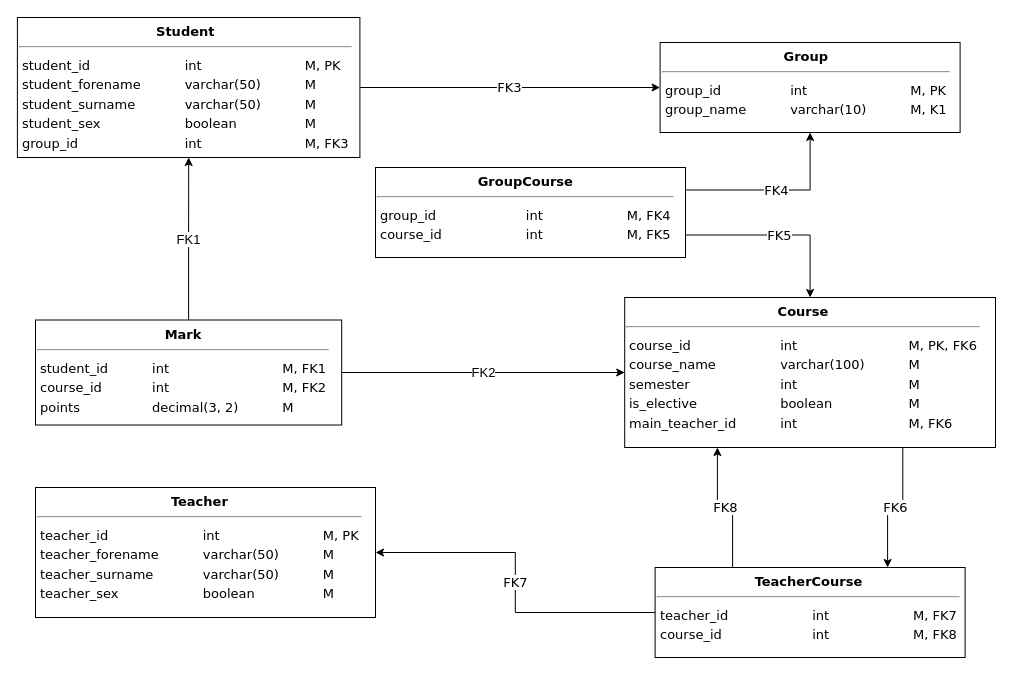
cannor147/itmo-db keeps this draw.io diagram as hw02/src/physical-scheme.drawio. Above is the earlier version. Source tidied: cells renumbered, new cells numbered last; positions are measured from the earlier drawing's top-left corner, leaving out a move shared by most shapes. Both pictures are drawn from the tidied source at 100%, with x=0, y=0 at pixel (17, 17).
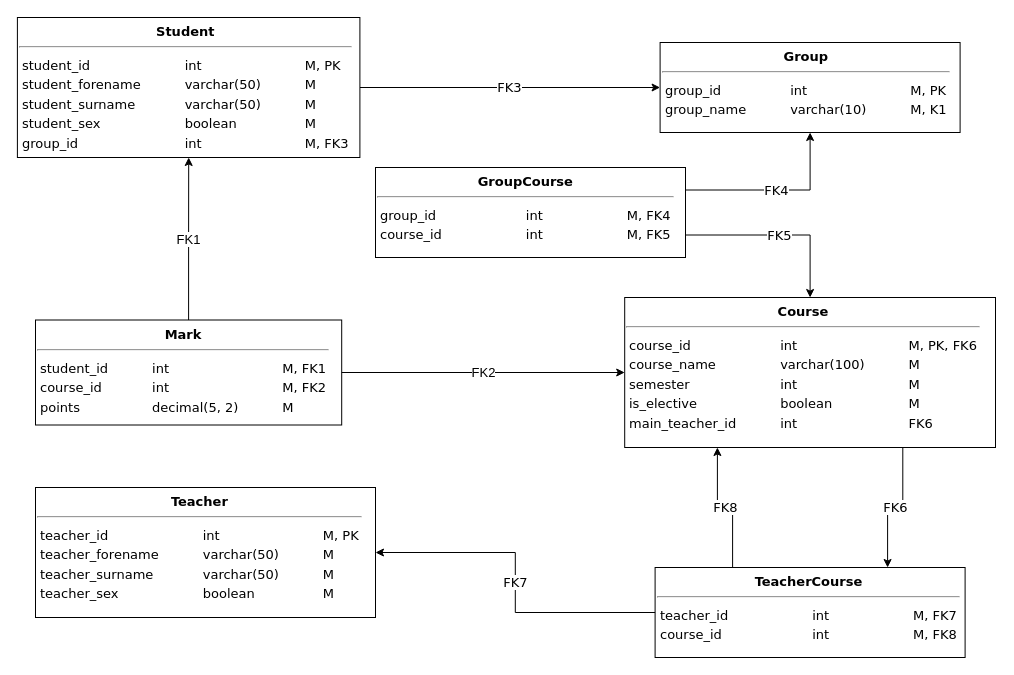
The same diagram, later.

Commit message:
Changed point type from decimal(3, 2) -> decimal(5, 2)

What changed in the source:
```diff
@@
 <mxGraphModel>
   <root>
     <mxCell id="0" />
     <mxCell id="1" parent="0" />
     <mxCell id="2" value="FK3" style="edgeStyle=orthogonalEdgeStyle;rounded=0;jettySize=auto;html=1;fontFamily=Verdana;fontSize=13;endArrow=classic;endFill=1;startArrow=none;startFill=0;" parent="1" edge="1" source="3" target="4">
       <mxGeometry relative="1" as="geometry" />
     </mxCell>
     <mxCell id="3" value="&lt;div style=&quot;text-align: center ; font-size: 13px&quot;&gt;&lt;b style=&quot;font-size: 13px&quot;&gt;Student&lt;/b&gt;&lt;/div&gt;&lt;hr style=&quot;font-size: 13px&quot;&gt;&lt;table style=&quot;font-size: 13px&quot;&gt;&lt;tbody style=&quot;font-size: 13px&quot;&gt;&lt;tr style=&quot;font-size: 13px&quot;&gt;&lt;td style=&quot;font-size: 13px&quot;&gt;student_id&lt;/td&gt;&lt;td style=&quot;font-size: 13px&quot;&gt;&lt;blockquote style=&quot;margin: 0px 0px 0px 40px ; border: none ; padding: 0px ; font-size: 13px&quot;&gt;int&lt;/blockquote&gt;&lt;/td&gt;&lt;td style=&quot;font-size: 13px&quot;&gt;&lt;blockquote style=&quot;margin: 0px 0px 0px 40px ; border: none ; padding: 0px ; font-size: 13px&quot;&gt;M, PK&lt;/blockquote&gt;&lt;/td&gt;&lt;/tr&gt;&lt;tr style=&quot;font-size: 13px&quot;&gt;&lt;td style=&quot;font-size: 13px&quot;&gt;student_forename&lt;/td&gt;&lt;td style=&quot;font-size: 13px&quot;&gt;&lt;blockquote style=&quot;margin: 0px 0px 0px 40px ; border: none ; padding: 0px ; font-size: 13px&quot;&gt;varchar(50)&lt;/blockquote&gt;&lt;/td&gt;&lt;td style=&quot;font-size: 13px&quot;&gt;&lt;blockquote style=&quot;margin: 0px 0px 0px 40px ; border: none ; padding: 0px ; font-size: 13px&quot;&gt;M&lt;/blockquote&gt;&lt;/td&gt;&lt;/tr&gt;&lt;tr style=&quot;font-size: 13px&quot;&gt;&lt;td style=&quot;font-size: 13px&quot;&gt;student_surname&lt;/td&gt;&lt;td style=&quot;font-size: 13px&quot;&gt;&lt;blockquote style=&quot;margin: 0px 0px 0px 40px ; border: none ; padding: 0px ; font-size: 13px&quot;&gt;varchar(50)&lt;/blockquote&gt;&lt;/td&gt;&lt;td style=&quot;font-size: 13px&quot;&gt;&lt;blockquote style=&quot;margin: 0px 0px 0px 40px ; border: none ; padding: 0px ; font-size: 13px&quot;&gt;M&lt;/blockquote&gt;&lt;/td&gt;&lt;/tr&gt;&lt;tr style=&quot;font-size: 13px&quot;&gt;&lt;td style=&quot;font-size: 13px&quot;&gt;student_sex&lt;/td&gt;&lt;td style=&quot;font-size: 13px&quot;&gt;&lt;blockquote style=&quot;margin: 0px 0px 0px 40px ; border: none ; padding: 0px ; font-size: 13px&quot;&gt;boolean&lt;/blockquote&gt;&lt;/td&gt;&lt;td style=&quot;font-size: 13px&quot;&gt;&lt;blockquote style=&quot;margin: 0px 0px 0px 40px ; border: none ; padding: 0px ; font-size: 13px&quot;&gt;M&lt;/blockquote&gt;&lt;/td&gt;&lt;/tr&gt;&lt;tr&gt;&lt;td&gt;group_id&lt;/td&gt;&lt;td&gt;&lt;blockquote style=&quot;margin: 0 0 0 40px ; border: none ; padding: 0px&quot;&gt;int&lt;/blockquote&gt;&lt;/td&gt;&lt;td&gt;&lt;blockquote style=&quot;margin: 0 0 0 40px ; border: none ; padding: 0px&quot;&gt;M, FK3&lt;/blockquote&gt;&lt;/td&gt;&lt;/tr&gt;&lt;/tbody&gt;&lt;/table&gt;" style="rounded=0;whiteSpace=wrap;html=1;labelBackgroundColor=none;fontFamily=Verdana;fontSize=13;align=left;verticalAlign=top;" parent="1" vertex="1">
       <mxGeometry x="-0.1" width="342.5" height="140" as="geometry" />
     </mxCell>
     <mxCell id="4" value="&lt;div style=&quot;text-align: center ; font-size: 13px&quot;&gt;&lt;b style=&quot;font-size: 13px&quot;&gt;Group&lt;/b&gt;&lt;/div&gt;&lt;hr style=&quot;font-size: 13px&quot;&gt;&lt;table style=&quot;font-size: 13px&quot;&gt;&lt;tbody style=&quot;font-size: 13px&quot;&gt;&lt;tr style=&quot;font-size: 13px&quot;&gt;&lt;td style=&quot;font-size: 13px&quot;&gt;group_id&lt;/td&gt;&lt;td style=&quot;font-size: 13px&quot;&gt;&lt;blockquote style=&quot;margin: 0px 0px 0px 40px ; border: none ; padding: 0px ; font-size: 13px&quot;&gt;int&lt;/blockquote&gt;&lt;/td&gt;&lt;td style=&quot;font-size: 13px&quot;&gt;&lt;blockquote style=&quot;margin: 0px 0px 0px 40px ; border: none ; padding: 0px ; font-size: 13px&quot;&gt;M, PK&lt;/blockquote&gt;&lt;/td&gt;&lt;/tr&gt;&lt;tr style=&quot;font-size: 13px&quot;&gt;&lt;td style=&quot;font-size: 13px&quot;&gt;group_name&lt;/td&gt;&lt;td style=&quot;font-size: 13px&quot;&gt;&lt;blockquote style=&quot;margin: 0px 0px 0px 40px ; border: none ; padding: 0px ; font-size: 13px&quot;&gt;varchar(10)&lt;/blockquote&gt;&lt;/td&gt;&lt;td style=&quot;font-size: 13px&quot;&gt;&lt;blockquote style=&quot;margin: 0px 0px 0px 40px ; border: none ; padding: 0px ; font-size: 13px&quot;&gt;M, K1&lt;/blockquote&gt;&lt;/td&gt;&lt;/tr&gt;&lt;/tbody&gt;&lt;/table&gt;" style="rounded=0;whiteSpace=wrap;html=1;labelBackgroundColor=none;fontFamily=Verdana;fontSize=13;align=left;verticalAlign=top;" parent="1" vertex="1">
       <mxGeometry x="642.6" y="25" width="300" height="90" as="geometry" />
     </mxCell>
     <mxCell id="5" value="&lt;div style=&quot;text-align: center ; font-size: 13px&quot;&gt;&lt;b style=&quot;font-size: 13px&quot;&gt;Teacher&lt;/b&gt;&lt;/div&gt;&lt;hr style=&quot;font-size: 13px&quot;&gt;&lt;table style=&quot;font-size: 13px&quot;&gt;&lt;tbody style=&quot;font-size: 13px&quot;&gt;&lt;tr style=&quot;font-size: 13px&quot;&gt;&lt;td style=&quot;font-size: 13px&quot;&gt;teacher_id&lt;/td&gt;&lt;td style=&quot;font-size: 13px&quot;&gt;&lt;blockquote style=&quot;margin: 0px 0px 0px 40px ; border: none ; padding: 0px ; font-size: 13px&quot;&gt;int&lt;/blockquote&gt;&lt;/td&gt;&lt;td style=&quot;font-size: 13px&quot;&gt;&lt;blockquote style=&quot;margin: 0px 0px 0px 40px ; border: none ; padding: 0px ; font-size: 13px&quot;&gt;M, PK&lt;/blockquote&gt;&lt;/td&gt;&lt;/tr&gt;&lt;tr style=&quot;font-size: 13px&quot;&gt;&lt;td style=&quot;font-size: 13px&quot;&gt;teacher_forename&lt;/td&gt;&lt;td style=&quot;font-size: 13px&quot;&gt;&lt;blockquote style=&quot;margin: 0px 0px 0px 40px ; border: none ; padding: 0px ; font-size: 13px&quot;&gt;varchar(50)&lt;/blockquote&gt;&lt;/td&gt;&lt;td style=&quot;font-size: 13px&quot;&gt;&lt;blockquote style=&quot;margin: 0px 0px 0px 40px ; border: none ; padding: 0px ; font-size: 13px&quot;&gt;M&lt;/blockquote&gt;&lt;/td&gt;&lt;/tr&gt;&lt;tr style=&quot;font-size: 13px&quot;&gt;&lt;td style=&quot;font-size: 13px&quot;&gt;teacher_surname&lt;/td&gt;&lt;td style=&quot;font-size: 13px&quot;&gt;&lt;blockquote style=&quot;margin: 0px 0px 0px 40px ; border: none ; padding: 0px ; font-size: 13px&quot;&gt;varchar(50)&lt;/blockquote&gt;&lt;/td&gt;&lt;td style=&quot;font-size: 13px&quot;&gt;&lt;blockquote style=&quot;margin: 0px 0px 0px 40px ; border: none ; padding: 0px ; font-size: 13px&quot;&gt;M&lt;/blockquote&gt;&lt;/td&gt;&lt;/tr&gt;&lt;tr style=&quot;font-size: 13px&quot;&gt;&lt;td style=&quot;font-size: 13px&quot;&gt;teacher_sex&lt;/td&gt;&lt;td style=&quot;font-size: 13px&quot;&gt;&lt;blockquote style=&quot;margin: 0px 0px 0px 40px ; border: none ; padding: 0px ; font-size: 13px&quot;&gt;boolean&lt;/blockquote&gt;&lt;/td&gt;&lt;td style=&quot;font-size: 13px&quot;&gt;&lt;blockquote style=&quot;margin: 0px 0px 0px 40px ; border: none ; padding: 0px ; font-size: 13px&quot;&gt;M&lt;/blockquote&gt;&lt;/td&gt;&lt;/tr&gt;&lt;/tbody&gt;&lt;/table&gt;" style="rounded=0;whiteSpace=wrap;html=1;labelBackgroundColor=none;fontFamily=Verdana;fontSize=13;align=left;verticalAlign=top;" parent="1" vertex="1">
       <mxGeometry x="18" y="470" width="340" height="130" as="geometry" />
     </mxCell>
-    <mxCell id="6" value="&lt;div style=&quot;text-align: center ; font-size: 13px&quot;&gt;&lt;b style=&quot;font-size: 13px&quot;&gt;Course&lt;/b&gt;&lt;/div&gt;&lt;hr style=&quot;font-size: 13px&quot;&gt;&lt;table style=&quot;font-size: 13px&quot;&gt;&lt;tbody style=&quot;font-size: 13px&quot;&gt;&lt;tr style=&quot;font-size: 13px&quot;&gt;&lt;td style=&quot;font-size: 13px&quot;&gt;course_id&lt;/td&gt;&lt;td style=&quot;font-size: 13px&quot;&gt;&lt;blockquote style=&quot;margin: 0px 0px 0px 40px ; border: none ; padding: 0px ; font-size: 13px&quot;&gt;int&lt;/blockquote&gt;&lt;/td&gt;&lt;td style=&quot;font-size: 13px&quot;&gt;&lt;blockquote style=&quot;margin: 0px 0px 0px 40px ; border: none ; padding: 0px ; font-size: 13px&quot;&gt;M, PK, FK6&lt;/blockquote&gt;&lt;/td&gt;&lt;/tr&gt;&lt;tr style=&quot;font-size: 13px&quot;&gt;&lt;td style=&quot;font-size: 13px&quot;&gt;course_name&lt;/td&gt;&lt;td style=&quot;font-size: 13px&quot;&gt;&lt;blockquote style=&quot;margin: 0px 0px 0px 40px ; border: none ; padding: 0px ; font-size: 13px&quot;&gt;varchar(100)&lt;/blockquote&gt;&lt;/td&gt;&lt;td style=&quot;font-size: 13px&quot;&gt;&lt;blockquote style=&quot;margin: 0px 0px 0px 40px ; border: none ; padding: 0px ; font-size: 13px&quot;&gt;M&lt;/blockquote&gt;&lt;/td&gt;&lt;/tr&gt;&lt;tr style=&quot;font-size: 13px&quot;&gt;&lt;td style=&quot;font-size: 13px&quot;&gt;semester&lt;/td&gt;&lt;td style=&quot;font-size: 13px&quot;&gt;&lt;blockquote style=&quot;margin: 0px 0px 0px 40px ; border: none ; padding: 0px ; font-size: 13px&quot;&gt;int&lt;/blockquote&gt;&lt;/td&gt;&lt;td style=&quot;font-size: 13px&quot;&gt;&lt;blockquote style=&quot;margin: 0px 0px 0px 40px ; border: none ; padding: 0px ; font-size: 13px&quot;&gt;M&lt;/blockquote&gt;&lt;/td&gt;&lt;/tr&gt;&lt;tr style=&quot;font-size: 13px&quot;&gt;&lt;td style=&quot;font-size: 13px&quot;&gt;is_elective&lt;/td&gt;&lt;td style=&quot;font-size: 13px&quot;&gt;&lt;blockquote style=&quot;margin: 0px 0px 0px 40px ; border: none ; padding: 0px ; font-size: 13px&quot;&gt;boolean&lt;/blockquote&gt;&lt;/td&gt;&lt;td style=&quot;font-size: 13px&quot;&gt;&lt;blockquote style=&quot;margin: 0px 0px 0px 40px ; border: none ; padding: 0px ; font-size: 13px&quot;&gt;M&lt;/blockquote&gt;&lt;/td&gt;&lt;/tr&gt;&lt;tr&gt;&lt;td&gt;main_teacher_id&lt;/td&gt;&lt;td&gt;&lt;blockquote style=&quot;margin: 0 0 0 40px ; border: none ; padding: 0px&quot;&gt;int&lt;/blockquote&gt;&lt;/td&gt;&lt;td&gt;&lt;blockquote style=&quot;margin: 0 0 0 40px ; border: none ; padding: 0px&quot;&gt;M, FK6&lt;/blockquote&gt;&lt;/td&gt;&lt;/tr&gt;&lt;/tbody&gt;&lt;/table&gt;" style="rounded=0;whiteSpace=wrap;html=1;labelBackgroundColor=none;fontFamily=Verdana;fontSize=13;align=left;verticalAlign=top;" parent="1" vertex="1">
+    <mxCell id="6" value="&lt;div style=&quot;text-align: center ; font-size: 13px&quot;&gt;&lt;b style=&quot;font-size: 13px&quot;&gt;Course&lt;/b&gt;&lt;/div&gt;&lt;hr style=&quot;font-size: 13px&quot;&gt;&lt;table style=&quot;font-size: 13px&quot;&gt;&lt;tbody style=&quot;font-size: 13px&quot;&gt;&lt;tr style=&quot;font-size: 13px&quot;&gt;&lt;td style=&quot;font-size: 13px&quot;&gt;course_id&lt;/td&gt;&lt;td style=&quot;font-size: 13px&quot;&gt;&lt;blockquote style=&quot;margin: 0px 0px 0px 40px ; border: none ; padding: 0px ; font-size: 13px&quot;&gt;int&lt;/blockquote&gt;&lt;/td&gt;&lt;td style=&quot;font-size: 13px&quot;&gt;&lt;blockquote style=&quot;margin: 0px 0px 0px 40px ; border: none ; padding: 0px ; font-size: 13px&quot;&gt;M, PK, FK6&lt;/blockquote&gt;&lt;/td&gt;&lt;/tr&gt;&lt;tr style=&quot;font-size: 13px&quot;&gt;&lt;td style=&quot;font-size: 13px&quot;&gt;course_name&lt;/td&gt;&lt;td style=&quot;font-size: 13px&quot;&gt;&lt;blockquote style=&quot;margin: 0px 0px 0px 40px ; border: none ; padding: 0px ; font-size: 13px&quot;&gt;varchar(100)&lt;/blockquote&gt;&lt;/td&gt;&lt;td style=&quot;font-size: 13px&quot;&gt;&lt;blockquote style=&quot;margin: 0px 0px 0px 40px ; border: none ; padding: 0px ; font-size: 13px&quot;&gt;M&lt;/blockquote&gt;&lt;/td&gt;&lt;/tr&gt;&lt;tr style=&quot;font-size: 13px&quot;&gt;&lt;td style=&quot;font-size: 13px&quot;&gt;semester&lt;/td&gt;&lt;td style=&quot;font-size: 13px&quot;&gt;&lt;blockquote style=&quot;margin: 0px 0px 0px 40px ; border: none ; padding: 0px ; font-size: 13px&quot;&gt;int&lt;/blockquote&gt;&lt;/td&gt;&lt;td style=&quot;font-size: 13px&quot;&gt;&lt;blockquote style=&quot;margin: 0px 0px 0px 40px ; border: none ; padding: 0px ; font-size: 13px&quot;&gt;M&lt;/blockquote&gt;&lt;/td&gt;&lt;/tr&gt;&lt;tr style=&quot;font-size: 13px&quot;&gt;&lt;td style=&quot;font-size: 13px&quot;&gt;is_elective&lt;/td&gt;&lt;td style=&quot;font-size: 13px&quot;&gt;&lt;blockquote style=&quot;margin: 0px 0px 0px 40px ; border: none ; padding: 0px ; font-size: 13px&quot;&gt;boolean&lt;/blockquote&gt;&lt;/td&gt;&lt;td style=&quot;font-size: 13px&quot;&gt;&lt;blockquote style=&quot;margin: 0px 0px 0px 40px ; border: none ; padding: 0px ; font-size: 13px&quot;&gt;M&lt;/blockquote&gt;&lt;/td&gt;&lt;/tr&gt;&lt;tr&gt;&lt;td&gt;main_teacher_id&lt;/td&gt;&lt;td&gt;&lt;blockquote style=&quot;margin: 0 0 0 40px ; border: none ; padding: 0px&quot;&gt;int&lt;/blockquote&gt;&lt;/td&gt;&lt;td&gt;&lt;blockquote style=&quot;margin: 0 0 0 40px ; border: none ; padding: 0px&quot;&gt;FK6&lt;/blockquote&gt;&lt;/td&gt;&lt;/tr&gt;&lt;/tbody&gt;&lt;/table&gt;" style="rounded=0;whiteSpace=wrap;html=1;labelBackgroundColor=none;fontFamily=Verdana;fontSize=13;align=left;verticalAlign=top;" parent="1" vertex="1">
       <mxGeometry x="607.2" y="280" width="370.8" height="150" as="geometry" />
     </mxCell>
-    <mxCell id="7" value="&lt;div style=&quot;text-align: center ; font-size: 13px&quot;&gt;&lt;b style=&quot;font-size: 13px&quot;&gt;Mark&lt;/b&gt;&lt;/div&gt;&lt;hr style=&quot;font-size: 13px&quot;&gt;&lt;table style=&quot;font-size: 13px&quot;&gt;&lt;tbody style=&quot;font-size: 13px&quot;&gt;&lt;tr style=&quot;font-size: 13px&quot;&gt;&lt;td style=&quot;font-size: 13px&quot;&gt;student_id&lt;/td&gt;&lt;td style=&quot;font-size: 13px&quot;&gt;&lt;blockquote style=&quot;margin: 0px 0px 0px 40px ; border: none ; padding: 0px ; font-size: 13px&quot;&gt;int&lt;/blockquote&gt;&lt;/td&gt;&lt;td style=&quot;font-size: 13px&quot;&gt;&lt;blockquote style=&quot;margin: 0px 0px 0px 40px ; border: none ; padding: 0px ; font-size: 13px&quot;&gt;M, FK1&lt;/blockquote&gt;&lt;/td&gt;&lt;/tr&gt;&lt;tr style=&quot;font-size: 13px&quot;&gt;&lt;td style=&quot;font-size: 13px&quot;&gt;course_id&lt;/td&gt;&lt;td style=&quot;font-size: 13px&quot;&gt;&lt;blockquote style=&quot;margin: 0px 0px 0px 40px ; border: none ; padding: 0px ; font-size: 13px&quot;&gt;int&lt;/blockquote&gt;&lt;/td&gt;&lt;td style=&quot;font-size: 13px&quot;&gt;&lt;blockquote style=&quot;margin: 0px 0px 0px 40px ; border: none ; padding: 0px ; font-size: 13px&quot;&gt;M, FK2&lt;/blockquote&gt;&lt;/td&gt;&lt;/tr&gt;&lt;tr style=&quot;font-size: 13px&quot;&gt;&lt;td style=&quot;font-size: 13px&quot;&gt;points&lt;/td&gt;&lt;td style=&quot;font-size: 13px&quot;&gt;&lt;blockquote style=&quot;margin: 0px 0px 0px 40px ; border: none ; padding: 0px ; font-size: 13px&quot;&gt;decimal(3, 2)&lt;/blockquote&gt;&lt;/td&gt;&lt;td style=&quot;font-size: 13px&quot;&gt;&lt;blockquote style=&quot;margin: 0px 0px 0px 40px ; border: none ; padding: 0px ; font-size: 13px&quot;&gt;M&lt;/blockquote&gt;&lt;/td&gt;&lt;/tr&gt;&lt;/tbody&gt;&lt;/table&gt;" style="rounded=0;whiteSpace=wrap;html=1;labelBackgroundColor=none;fontFamily=Verdana;fontSize=13;align=left;verticalAlign=top;" parent="1" vertex="1">
+    <mxCell id="7" value="&lt;div style=&quot;text-align: center ; font-size: 13px&quot;&gt;&lt;b style=&quot;font-size: 13px&quot;&gt;Mark&lt;/b&gt;&lt;/div&gt;&lt;hr style=&quot;font-size: 13px&quot;&gt;&lt;table style=&quot;font-size: 13px&quot;&gt;&lt;tbody style=&quot;font-size: 13px&quot;&gt;&lt;tr style=&quot;font-size: 13px&quot;&gt;&lt;td style=&quot;font-size: 13px&quot;&gt;student_id&lt;/td&gt;&lt;td style=&quot;font-size: 13px&quot;&gt;&lt;blockquote style=&quot;margin: 0px 0px 0px 40px ; border: none ; padding: 0px ; font-size: 13px&quot;&gt;int&lt;/blockquote&gt;&lt;/td&gt;&lt;td style=&quot;font-size: 13px&quot;&gt;&lt;blockquote style=&quot;margin: 0px 0px 0px 40px ; border: none ; padding: 0px ; font-size: 13px&quot;&gt;M, FK1&lt;/blockquote&gt;&lt;/td&gt;&lt;/tr&gt;&lt;tr style=&quot;font-size: 13px&quot;&gt;&lt;td style=&quot;font-size: 13px&quot;&gt;course_id&lt;/td&gt;&lt;td style=&quot;font-size: 13px&quot;&gt;&lt;blockquote style=&quot;margin: 0px 0px 0px 40px ; border: none ; padding: 0px ; font-size: 13px&quot;&gt;int&lt;/blockquote&gt;&lt;/td&gt;&lt;td style=&quot;font-size: 13px&quot;&gt;&lt;blockquote style=&quot;margin: 0px 0px 0px 40px ; border: none ; padding: 0px ; font-size: 13px&quot;&gt;M, FK2&lt;/blockquote&gt;&lt;/td&gt;&lt;/tr&gt;&lt;tr style=&quot;font-size: 13px&quot;&gt;&lt;td style=&quot;font-size: 13px&quot;&gt;points&lt;/td&gt;&lt;td style=&quot;font-size: 13px&quot;&gt;&lt;blockquote style=&quot;margin: 0px 0px 0px 40px ; border: none ; padding: 0px ; font-size: 13px&quot;&gt;decimal(5, 2)&lt;/blockquote&gt;&lt;/td&gt;&lt;td style=&quot;font-size: 13px&quot;&gt;&lt;blockquote style=&quot;margin: 0px 0px 0px 40px ; border: none ; padding: 0px ; font-size: 13px&quot;&gt;M&lt;/blockquote&gt;&lt;/td&gt;&lt;/tr&gt;&lt;/tbody&gt;&lt;/table&gt;" style="rounded=0;whiteSpace=wrap;html=1;labelBackgroundColor=none;fontFamily=Verdana;fontSize=13;align=left;verticalAlign=top;" parent="1" vertex="1">
       <mxGeometry x="18" y="302.5" width="306.2" height="105" as="geometry" />
     </mxCell>
     <mxCell id="8" value="FK6" style="endArrow=none;html=1;fontFamily=Verdana;fontSize=13;rounded=0;endFill=0;startArrow=classic;startFill=1;entryX=0.75;entryY=1;entryDx=0;entryDy=0;exitX=0.75;exitY=0;exitDx=0;exitDy=0;edgeStyle=orthogonalEdgeStyle;" parent="1" edge="1" source="14" target="6">
       <mxGeometry relative="1" as="geometry" />
     </mxCell>
     <mxCell id="9" value="FK1" style="endArrow=classic;html=1;rounded=0;edgeStyle=orthogonalEdgeStyle;fontSize=13;" parent="1" edge="1" source="7" target="3">
       <mxGeometry relative="1" as="geometry" />
     </mxCell>
     <mxCell id="10" value="FK2" style="endArrow=classic;html=1;rounded=0;edgeStyle=orthogonalEdgeStyle;fontSize=13;" parent="1" edge="1" source="7" target="6">
       <mxGeometry relative="1" as="geometry" />
     </mxCell>
     <mxCell id="11" value="&lt;div style=&quot;text-align: center ; font-size: 13px&quot;&gt;&lt;b style=&quot;font-size: 13px&quot;&gt;GroupCourse&lt;/b&gt;&lt;/div&gt;&lt;hr style=&quot;font-size: 13px&quot;&gt;&lt;table style=&quot;font-size: 13px&quot;&gt;&lt;tbody style=&quot;font-size: 13px&quot;&gt;&lt;tr style=&quot;font-size: 13px&quot;&gt;&lt;td style=&quot;font-size: 13px&quot;&gt;group_id&lt;/td&gt;&lt;td style=&quot;font-size: 13px&quot;&gt;&lt;blockquote style=&quot;margin: 0 0 0 40px ; border: none ; padding: 0px&quot;&gt;&lt;blockquote style=&quot;margin: 0px 0px 0px 40px ; border: none ; padding: 0px ; font-size: 13px&quot;&gt;int&lt;/blockquote&gt;&lt;/blockquote&gt;&lt;/td&gt;&lt;td style=&quot;font-size: 13px&quot;&gt;&lt;blockquote style=&quot;margin: 0 0 0 40px ; border: none ; padding: 0px&quot;&gt;&lt;blockquote style=&quot;margin: 0px 0px 0px 40px ; border: none ; padding: 0px ; font-size: 13px&quot;&gt;M, FK4&lt;/blockquote&gt;&lt;/blockquote&gt;&lt;/td&gt;&lt;/tr&gt;&lt;tr style=&quot;font-size: 13px&quot;&gt;&lt;td style=&quot;font-size: 13px&quot;&gt;course_id&lt;/td&gt;&lt;td style=&quot;font-size: 13px&quot;&gt;&lt;blockquote style=&quot;margin: 0 0 0 40px ; border: none ; padding: 0px&quot;&gt;&lt;blockquote style=&quot;margin: 0px 0px 0px 40px ; border: none ; padding: 0px ; font-size: 13px&quot;&gt;int&lt;/blockquote&gt;&lt;/blockquote&gt;&lt;/td&gt;&lt;td style=&quot;font-size: 13px&quot;&gt;&lt;blockquote style=&quot;margin: 0 0 0 40px ; border: none ; padding: 0px&quot;&gt;&lt;blockquote style=&quot;margin: 0px 0px 0px 40px ; border: none ; padding: 0px ; font-size: 13px&quot;&gt;M, FK5&lt;/blockquote&gt;&lt;/blockquote&gt;&lt;/td&gt;&lt;/tr&gt;&lt;/tbody&gt;&lt;/table&gt;" style="rounded=0;whiteSpace=wrap;html=1;labelBackgroundColor=none;fontFamily=Verdana;fontSize=13;align=left;verticalAlign=top;" parent="1" vertex="1">
       <mxGeometry x="358" y="150" width="310" height="90" as="geometry" />
     </mxCell>
     <mxCell id="12" value="FK4" style="edgeStyle=orthogonalEdgeStyle;rounded=0;jettySize=auto;html=1;fontFamily=Verdana;fontSize=13;endArrow=classic;endFill=1;startArrow=none;startFill=0;exitX=1;exitY=0.25;exitDx=0;exitDy=0;" parent="1" edge="1" source="11" target="4">
       <mxGeometry relative="1" as="geometry" />
     </mxCell>
     <mxCell id="13" value="FK5" style="edgeStyle=orthogonalEdgeStyle;rounded=0;jettySize=auto;html=1;fontFamily=Verdana;fontSize=13;endArrow=classic;endFill=1;startArrow=none;startFill=0;exitX=1;exitY=0.75;exitDx=0;exitDy=0;" parent="1" edge="1" source="11" target="6">
       <mxGeometry relative="1" as="geometry" />
     </mxCell>
     <mxCell id="14" value="&lt;div style=&quot;text-align: center ; font-size: 13px&quot;&gt;&lt;b style=&quot;font-size: 13px&quot;&gt;TeacherCourse&lt;/b&gt;&lt;/div&gt;&lt;hr style=&quot;font-size: 13px&quot;&gt;&lt;table style=&quot;font-size: 13px&quot;&gt;&lt;tbody style=&quot;font-size: 13px&quot;&gt;&lt;tr style=&quot;font-size: 13px&quot;&gt;&lt;td style=&quot;font-size: 13px&quot;&gt;teacher_id&lt;/td&gt;&lt;td style=&quot;font-size: 13px&quot;&gt;&lt;blockquote style=&quot;margin: 0 0 0 40px ; border: none ; padding: 0px&quot;&gt;&lt;blockquote style=&quot;margin: 0px 0px 0px 40px ; border: none ; padding: 0px ; font-size: 13px&quot;&gt;int&lt;/blockquote&gt;&lt;/blockquote&gt;&lt;/td&gt;&lt;td style=&quot;font-size: 13px&quot;&gt;&lt;blockquote style=&quot;margin: 0 0 0 40px ; border: none ; padding: 0px&quot;&gt;&lt;blockquote style=&quot;margin: 0px 0px 0px 40px ; border: none ; padding: 0px ; font-size: 13px&quot;&gt;M, FK7&lt;/blockquote&gt;&lt;/blockquote&gt;&lt;/td&gt;&lt;/tr&gt;&lt;tr style=&quot;font-size: 13px&quot;&gt;&lt;td style=&quot;font-size: 13px&quot;&gt;course_id&lt;/td&gt;&lt;td style=&quot;font-size: 13px&quot;&gt;&lt;blockquote style=&quot;margin: 0 0 0 40px ; border: none ; padding: 0px&quot;&gt;&lt;blockquote style=&quot;margin: 0px 0px 0px 40px ; border: none ; padding: 0px ; font-size: 13px&quot;&gt;int&lt;/blockquote&gt;&lt;/blockquote&gt;&lt;/td&gt;&lt;td style=&quot;font-size: 13px&quot;&gt;&lt;blockquote style=&quot;margin: 0 0 0 40px ; border: none ; padding: 0px&quot;&gt;&lt;blockquote style=&quot;margin: 0px 0px 0px 40px ; border: none ; padding: 0px ; font-size: 13px&quot;&gt;M, FK8&lt;/blockquote&gt;&lt;/blockquote&gt;&lt;/td&gt;&lt;/tr&gt;&lt;/tbody&gt;&lt;/table&gt;" style="rounded=0;whiteSpace=wrap;html=1;labelBackgroundColor=none;fontFamily=Verdana;fontSize=13;align=left;verticalAlign=top;" parent="1" vertex="1">
       <mxGeometry x="637.6" y="550" width="310" height="90" as="geometry" />
     </mxCell>
     <mxCell id="15" value="FK8" style="endArrow=none;html=1;fontFamily=Verdana;fontSize=13;rounded=0;endFill=0;startArrow=classic;startFill=1;entryX=0.25;entryY=0;entryDx=0;entryDy=0;edgeStyle=orthogonalEdgeStyle;exitX=0.25;exitY=1;exitDx=0;exitDy=0;" parent="1" edge="1" source="6" target="14">
       <mxGeometry relative="1" as="geometry" />
     </mxCell>
     <mxCell id="16" value="FK7" style="endArrow=none;html=1;fontFamily=Verdana;fontSize=13;rounded=0;endFill=0;startArrow=classic;startFill=1;edgeStyle=orthogonalEdgeStyle;" parent="1" edge="1" source="5" target="14">
       <mxGeometry relative="1" as="geometry" />
     </mxCell>
   </root>
 </mxGraphModel>
```
